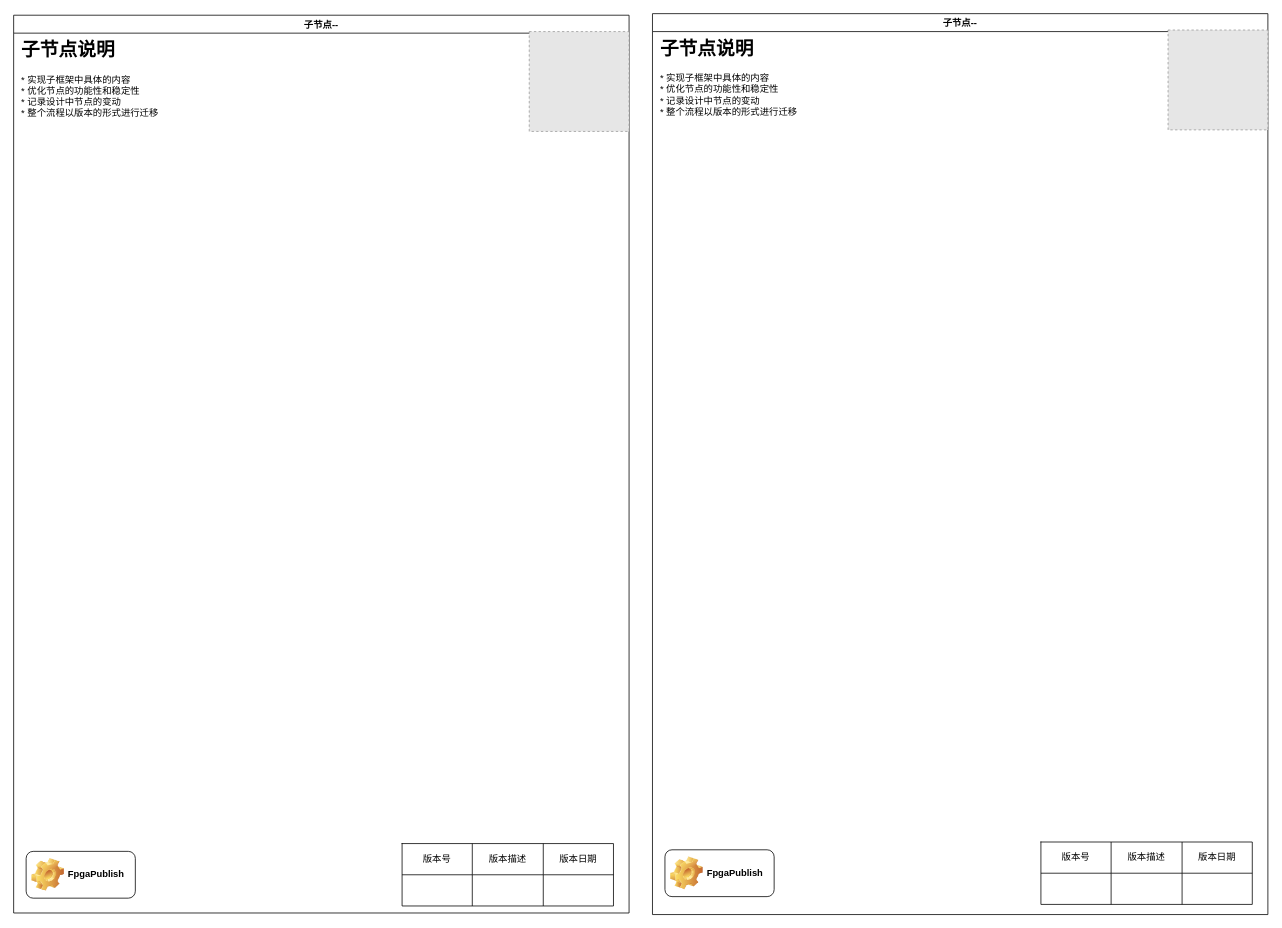
Earlier version of the draw.io diagram page "子节点--通信协议" (3 of 3) of smart_eye_uexec_flow/smart_eye_flow_manual.drawio (FpgaPublish/k2_smart_eye). Source tidied: cells renumbered, new cells numbered last; positions are measured from the earlier drawing's top-left corner, leaving out a move shared by most shapes. Both pictures are drawn from the tidied source at 78%, with x=0, y=0 at pixel (13, 13). Pictures stored in the file or linked from it are replaced by grey dashed boxes.
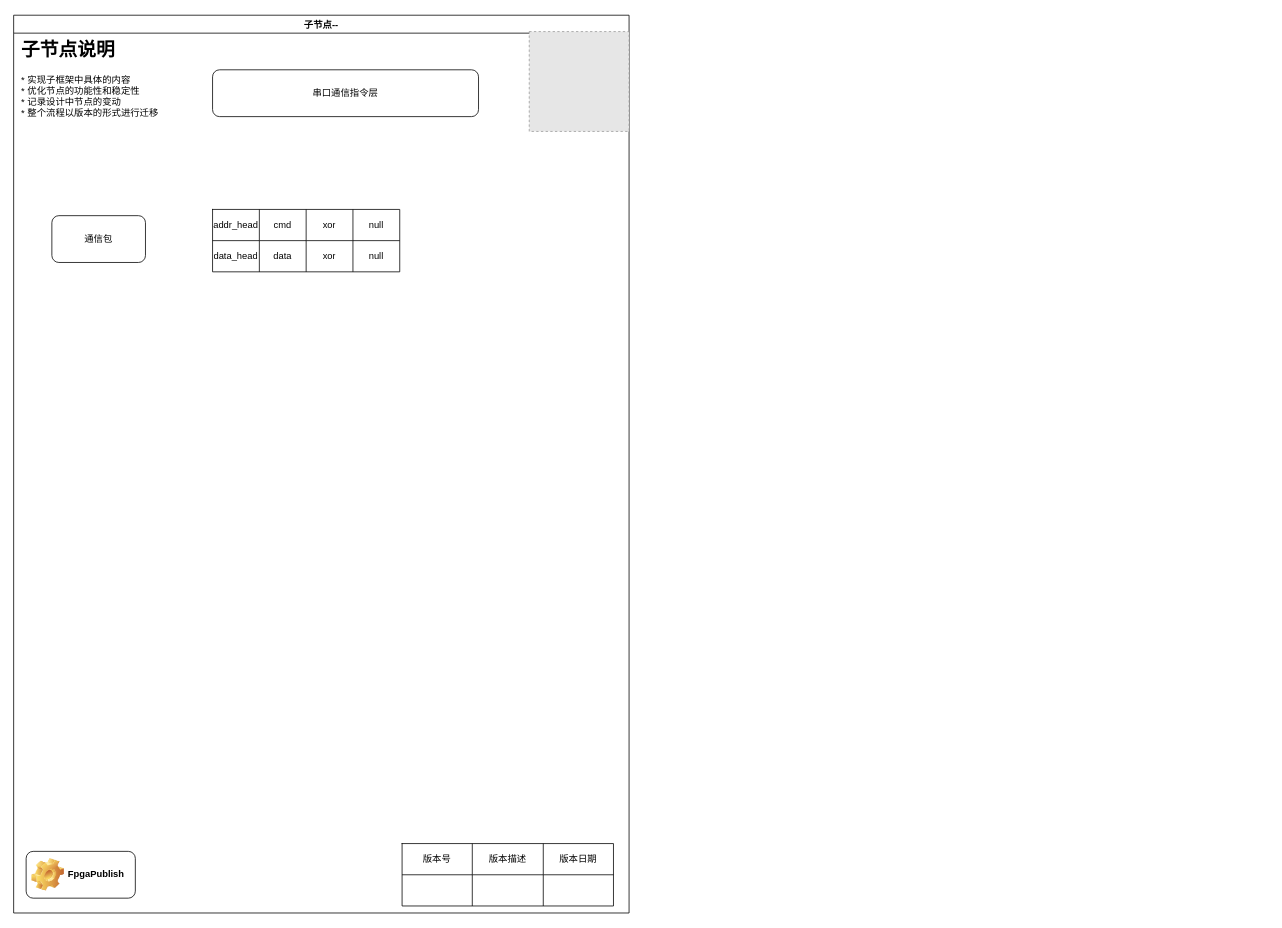
The same page after the edit.

The change refers to these unchanged cells:
```xml
<mxCell id="2" value="子节点--" style="swimlane;startSize=23;" parent="1" vertex="1">
  <mxGeometry y="2" width="789" height="1151" as="geometry" />
</mxCell>
```

The edit, as a diff of the source:
```diff
@@
-    <mxCell id="15" value="子节点--" style="swimlane;startSize=23;" parent="1" vertex="1">
-      <mxGeometry x="819" width="789" height="1155" as="geometry" />
-    </mxCell>
-    <mxCell id="16" value="&lt;h1&gt;子节点说明&lt;/h1&gt;&lt;div&gt;* 实现子框架中具体的内容&lt;/div&gt;&lt;div&gt;* 优化节点的功能性和稳定性&lt;/div&gt;&lt;div&gt;* 记录设计中节点的变动&lt;/div&gt;&lt;div&gt;* 整个流程以版本的形式进行迁移&lt;/div&gt;" style="text;html=1;strokeColor=none;fillColor=none;spacing=5;spacingTop=-20;whiteSpace=wrap;overflow=hidden;rounded=0;" parent="15" vertex="1">
-      <mxGeometry x="5" y="25" width="190" height="120" as="geometry" />
-    </mxCell>
-    <mxCell id="17" style="fillColor=#E6E6E6;strokeColor=#999999;dashed=1;verticalLabelPosition=bottom;labelBackgroundColor=default;verticalAlign=top;" parent="15" vertex="1">
-      <mxGeometry x="661" y="21" width="128" height="128" as="geometry" />
-    </mxCell>
-    <mxCell id="18" style="shape=table;startSize=0;childLayout=tableLayout;" parent="15" vertex="1">
-      <mxGeometry x="498" y="1062" width="271" height="80" as="geometry" />
-    </mxCell>
-    <mxCell id="19" style="shape=tableRow;horizontal=0;startSize=0;swimlaneHead=0;swimlaneBody=0;top=0;left=0;bottom=0;right=0;fillColor=none;" parent="18" vertex="1">
-      <mxGeometry width="271" height="40" as="geometry" />
-    </mxCell>
-    <mxCell id="20" value="版本号" style="shape=partialRectangle;html=1;whiteSpace=wrap;overflow=hidden;fillColor=none;top=0;left=0;bottom=0;right=0;" parent="19" vertex="1">
-      <mxGeometry width="90" height="40" as="geometry" />
-    </mxCell>
-    <mxCell id="21" value="版本描述" style="shape=partialRectangle;html=1;whiteSpace=wrap;overflow=hidden;fillColor=none;top=0;left=0;bottom=0;right=0;" parent="19" vertex="1">
-      <mxGeometry x="90" width="91" height="40" as="geometry" />
-    </mxCell>
-    <mxCell id="22" value="版本日期" style="shape=partialRectangle;html=1;whiteSpace=wrap;overflow=hidden;fillColor=none;top=0;left=0;bottom=0;right=0;" parent="19" vertex="1">
-      <mxGeometry x="181" width="90" height="40" as="geometry" />
-    </mxCell>
-    <mxCell id="23" style="shape=tableRow;horizontal=0;startSize=0;swimlaneHead=0;swimlaneBody=0;top=0;left=0;bottom=0;right=0;fillColor=none;" parent="18" vertex="1">
-      <mxGeometry y="40" width="271" height="40" as="geometry" />
-    </mxCell>
-    <mxCell id="24" style="shape=partialRectangle;html=1;whiteSpace=wrap;overflow=hidden;fillColor=none;top=0;left=0;bottom=0;right=0;" parent="23" vertex="1">
-      <mxGeometry width="90" height="40" as="geometry" />
-    </mxCell>
-    <mxCell id="25" style="shape=partialRectangle;html=1;whiteSpace=wrap;overflow=hidden;fillColor=none;top=0;left=0;bottom=0;right=0;" parent="23" vertex="1">
-      <mxGeometry x="90" width="91" height="40" as="geometry" />
-    </mxCell>
-    <mxCell id="26" style="shape=partialRectangle;html=1;whiteSpace=wrap;overflow=hidden;fillColor=none;top=0;left=0;bottom=0;right=0;" parent="23" vertex="1">
-      <mxGeometry x="181" width="90" height="40" as="geometry" />
-    </mxCell>
-    <mxCell id="27" value="FpgaPublish" style="label;whiteSpace=wrap;html=1;image=img/clipart/Gear_128x128.png;" parent="15" vertex="1">
-      <mxGeometry x="16" y="1072" width="140" height="60" as="geometry" />
-    </mxCell>
+    <mxCell id="28" value="串口通信指令层" style="rounded=1;whiteSpace=wrap;html=1;" parent="2" vertex="1">
+      <mxGeometry x="255" y="70" width="341" height="60" as="geometry" />
+    </mxCell>
+    <mxCell id="29" style="shape=table;startSize=0;childLayout=tableLayout;" parent="2" vertex="1">
+      <mxGeometry x="255" y="249" width="240" height="80" as="geometry" />
+    </mxCell>
+    <mxCell id="30" style="shape=tableRow;horizontal=0;startSize=0;swimlaneHead=0;swimlaneBody=0;strokeColor=inherit;top=0;left=0;bottom=0;right=0;fillColor=none;" parent="29" vertex="1">
+      <mxGeometry width="240" height="40" as="geometry" />
+    </mxCell>
+    <mxCell id="31" value="addr_head" style="shape=partialRectangle;html=1;whiteSpace=wrap;strokeColor=inherit;overflow=hidden;fillColor=none;top=0;left=0;bottom=0;right=0;" parent="30" vertex="1">
+      <mxGeometry width="60" height="40" as="geometry" />
+    </mxCell>
+    <mxCell id="32" value="cmd" style="shape=partialRectangle;html=1;whiteSpace=wrap;strokeColor=inherit;overflow=hidden;fillColor=none;top=0;left=0;bottom=0;right=0;" parent="30" vertex="1">
+      <mxGeometry x="60" width="60" height="40" as="geometry" />
+    </mxCell>
+    <mxCell id="33" value="xor" style="shape=partialRectangle;html=1;whiteSpace=wrap;strokeColor=inherit;overflow=hidden;fillColor=none;top=0;left=0;bottom=0;right=0;" parent="30" vertex="1">
+      <mxGeometry x="120" width="60" height="40" as="geometry" />
+    </mxCell>
+    <mxCell id="34" value="null" style="shape=partialRectangle;html=1;whiteSpace=wrap;strokeColor=inherit;overflow=hidden;fillColor=none;top=0;left=0;bottom=0;right=0;" parent="30" vertex="1">
+      <mxGeometry x="180" width="60" height="40" as="geometry" />
+    </mxCell>
+    <mxCell id="35" style="shape=tableRow;horizontal=0;startSize=0;swimlaneHead=0;swimlaneBody=0;strokeColor=inherit;top=0;left=0;bottom=0;right=0;fillColor=none;" parent="29" vertex="1">
+      <mxGeometry y="40" width="240" height="40" as="geometry" />
+    </mxCell>
+    <mxCell id="36" value="data_head" style="shape=partialRectangle;html=1;whiteSpace=wrap;strokeColor=inherit;overflow=hidden;fillColor=none;top=0;left=0;bottom=0;right=0;" parent="35" vertex="1">
+      <mxGeometry width="60" height="40" as="geometry" />
+    </mxCell>
+    <mxCell id="37" value="data" style="shape=partialRectangle;html=1;whiteSpace=wrap;strokeColor=inherit;overflow=hidden;fillColor=none;top=0;left=0;bottom=0;right=0;" parent="35" vertex="1">
+      <mxGeometry x="60" width="60" height="40" as="geometry" />
+    </mxCell>
+    <mxCell id="38" value="xor" style="shape=partialRectangle;html=1;whiteSpace=wrap;strokeColor=inherit;overflow=hidden;fillColor=none;top=0;left=0;bottom=0;right=0;" parent="35" vertex="1">
+      <mxGeometry x="120" width="60" height="40" as="geometry" />
+    </mxCell>
+    <mxCell id="39" value="null" style="shape=partialRectangle;html=1;whiteSpace=wrap;strokeColor=inherit;overflow=hidden;fillColor=none;top=0;left=0;bottom=0;right=0;" parent="35" vertex="1">
+      <mxGeometry x="180" width="60" height="40" as="geometry" />
+    </mxCell>
+    <mxCell id="40" value="通信包" style="rounded=1;whiteSpace=wrap;html=1;" parent="2" vertex="1">
+      <mxGeometry x="49" y="257" width="120" height="60" as="geometry" />
+    </mxCell>
```
